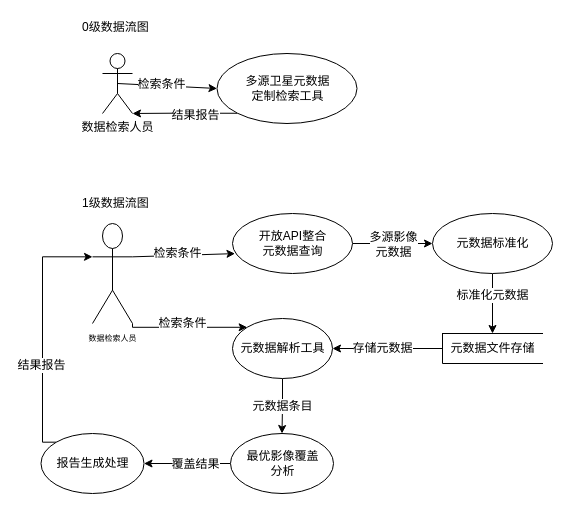
Before: page 6 of 6 of 影像查询和融合系统.drawio in dorbodwolf/graphs_from_draw.io, a draw.io diagram. Source tidied: cells renumbered, new cells numbered last; positions are measured from the earlier drawing's top-left corner, leaving out a move shared by most shapes. Both pictures are drawn from the tidied source at 100%, with x=0, y=0 at pixel (40, 17).
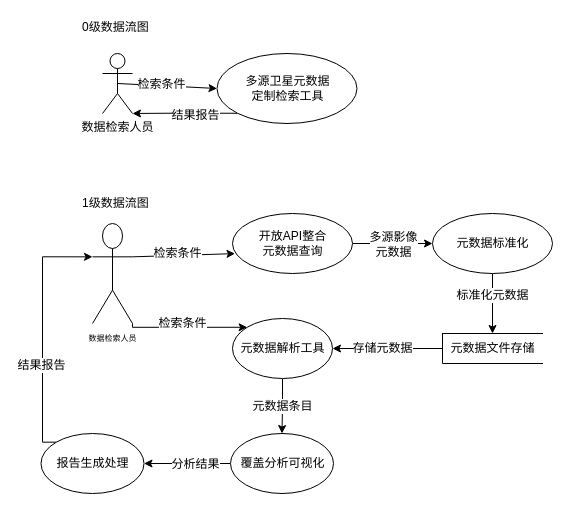
The same page after the edit.

Unchanged cells that the change refers to:
```xml
<mxCell id="24" style="edgeStyle=orthogonalEdgeStyle;rounded=0;jettySize=auto;html=1;" parent="1" edge="1" source="26" target="29">
  <mxGeometry relative="1" as="geometry" />
</mxCell>
```

What changed in the source:
```diff
@@
-    <mxCell id="25" value="覆盖结果" style="text;html=1;align=center;verticalAlign=middle;labelBackgroundColor=#ffffff;" parent="24" vertex="1">
+    <mxCell id="25" value="分析结果" style="text;html=1;align=center;verticalAlign=middle;labelBackgroundColor=#ffffff;" parent="24" vertex="1">
       <mxGeometry x="-0.16" relative="1" as="geometry" />
     </mxCell>
-    <mxCell id="26" value="最优影像覆盖&lt;br&gt;分析" style="shape=ellipse;html=1;dashed=0;whitespace=wrap;perimeter=ellipsePerimeter;" parent="1" vertex="1">
+    <mxCell id="26" value="覆盖分析可视化" style="shape=ellipse;html=1;dashed=0;whitespace=wrap;perimeter=ellipsePerimeter;" parent="1" vertex="1">
       <mxGeometry x="190" y="416" width="103" height="60" as="geometry" />
     </mxCell>
```
